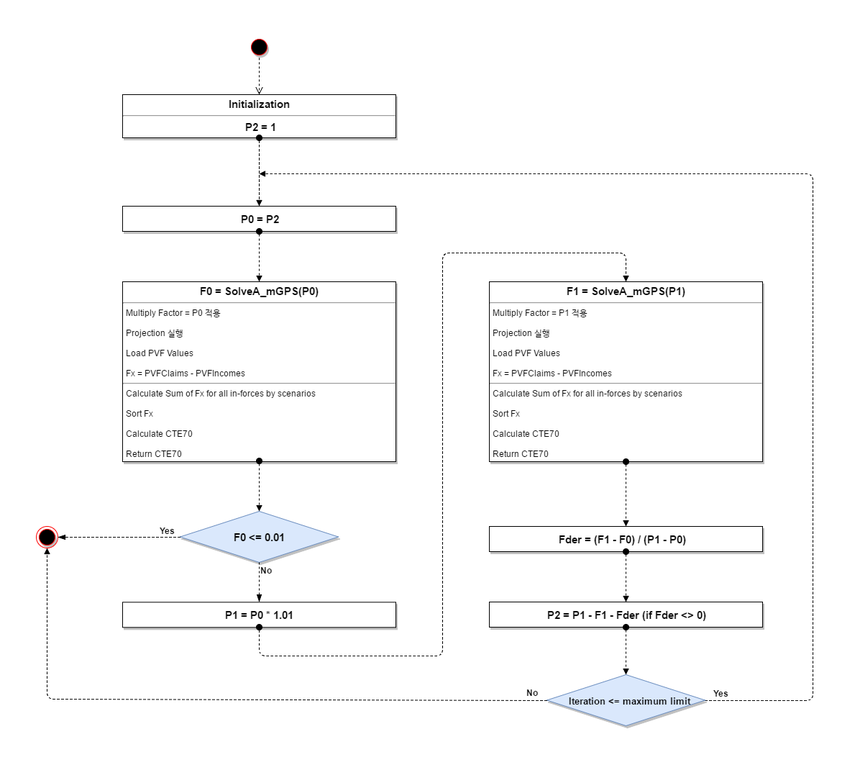
Before: SecantMethod.png, a diagram exported from draw.io (MillimanKorea/GoalSeek). Source tidied: cells renumbered, new cells last; positions are measured from the earlier drawing's top-left corner, leaving out a move shared by most shapes.
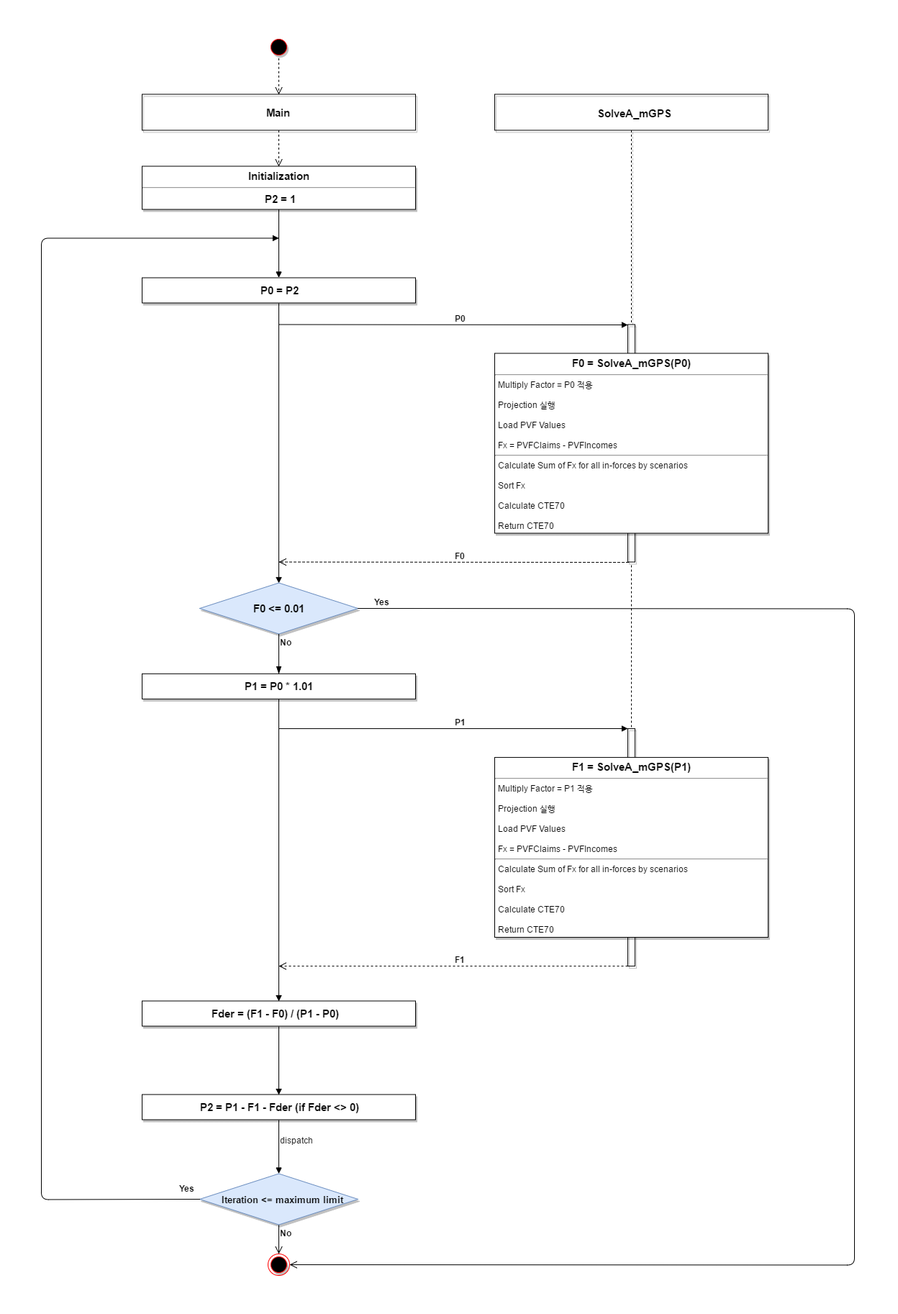
The same file after the commit.

Commit message:
flow chart 이미지 수정

Change to the diagram source:
```diff
@@ -11,95 +11,119 @@
     <mxCell id="4" value="&lt;p style=&quot;margin: 0px ; margin-top: 4px ; text-align: center&quot;&gt;&lt;strong&gt;&lt;font style=&quot;font-size: 15px&quot;&gt;Initialization&lt;/font&gt;&lt;/strong&gt;&lt;/p&gt;&lt;hr&gt;&lt;p style=&quot;text-align: center ; margin: 0px 0px 0px 4px&quot;&gt;&lt;b&gt;&lt;font style=&quot;font-size: 15px&quot;&gt;P2 = 1&lt;/font&gt;&lt;/b&gt;&lt;/p&gt;" style="shadow=1;fillColor=#FFFFFF;gradientColor=none;verticalAlign=top;align=left;overflow=fill;fontSize=12;fontFamily=Helvetica;html=1;" parent="1" vertex="1">
       <mxGeometry x="120" y="81" width="380" height="60" as="geometry" />
     </mxCell>
-    <mxCell id="5" style="html=1;verticalAlign=bottom;startArrow=oval;startFill=1;endArrow=block;startSize=8;shadow=0;dashed=1;strokeColor=#000000;fontSize=15;align=left;exitX=0.5;exitY=1;" parent="1" edge="1" source="4" target="3">
+    <mxCell id="5" style="html=1;verticalAlign=bottom;startArrow=none;startFill=0;endArrow=block;startSize=8;shadow=0;strokeColor=#000000;fontSize=15;align=left;exitX=0.5;exitY=1;" parent="1" edge="1" source="4" target="3">
       <mxGeometry relative="1" as="geometry">
         <Array as="points">
           <mxPoint x="310" y="151" />
         </Array>
       </mxGeometry>
     </mxCell>
-    <mxCell id="6" value="&lt;p style=&quot;margin: 0px ; margin-top: 4px ; text-align: center&quot;&gt;&lt;strong&gt;&lt;font style=&quot;font-size: 15px&quot;&gt;F0 = SolveA_mGPS(P0)&lt;/font&gt;&lt;/strong&gt;&lt;/p&gt;&lt;hr&gt;&lt;p style=&quot;margin: 0px ; margin-left: 4px&quot;&gt;Multiply Factor = P0 적용&lt;/p&gt;&lt;p style=&quot;margin: 0px ; margin-left: 4px&quot;&gt;&lt;br&gt;&lt;/p&gt;&lt;p style=&quot;margin: 0px ; margin-left: 4px&quot;&gt;Projection 실행&lt;/p&gt;&lt;p style=&quot;margin: 0px ; margin-left: 4px&quot;&gt;&lt;br&gt;&lt;/p&gt;&lt;p style=&quot;margin: 0px ; margin-left: 4px&quot;&gt;Load PVF Values&lt;/p&gt;&lt;p style=&quot;margin: 0px ; margin-left: 4px&quot;&gt;&lt;br&gt;&lt;/p&gt;&lt;p style=&quot;margin: 0px ; margin-left: 4px&quot;&gt;Fx = PVFClaims - PVFIncomes&lt;br&gt;&lt;/p&gt;&lt;hr&gt;&lt;p style=&quot;margin: 0px ; margin-left: 4px&quot;&gt;Calculate Sum of Fx for all in-forces by scenarios&lt;/p&gt;&lt;p style=&quot;margin: 0px ; margin-left: 4px&quot;&gt;&lt;br&gt;&lt;/p&gt;&lt;p style=&quot;margin: 0px ; margin-left: 4px&quot;&gt;Sort Fx&lt;/p&gt;&lt;p style=&quot;margin: 0px ; margin-left: 4px&quot;&gt;&lt;br&gt;&lt;/p&gt;&lt;p style=&quot;margin: 0px ; margin-left: 4px&quot;&gt;Calculate CTE70&lt;/p&gt;&lt;p style=&quot;margin: 0px ; margin-left: 4px&quot;&gt;&lt;br&gt;&lt;/p&gt;&lt;p style=&quot;margin: 0px ; margin-left: 4px&quot;&gt;Return CTE70&lt;/p&gt;" style="shadow=1;fillColor=#FFFFFF;gradientColor=none;verticalAlign=top;align=left;overflow=fill;fontSize=12;fontFamily=Helvetica;html=1;" parent="1" vertex="1">
-      <mxGeometry x="120" y="341" width="380" height="250" as="geometry" />
-    </mxCell>
-    <mxCell id="7" style="html=1;verticalAlign=bottom;startArrow=oval;startFill=1;endArrow=block;startSize=8;shadow=0;dashed=1;strokeColor=#000000;fontSize=15;align=left;exitX=0.5;exitY=1;entryX=0.5;entryY=0;" parent="1" edge="1" source="3" target="6">
+    <mxCell id="7" style="html=1;verticalAlign=bottom;startArrow=none;startFill=0;endArrow=block;startSize=8;shadow=0;strokeColor=#000000;fontSize=15;align=left;exitX=0.5;exitY=1;entryX=0.5;entryY=0;" parent="1" edge="1" source="3" target="17">
       <mxGeometry relative="1" as="geometry" />
     </mxCell>
-    <mxCell id="8" value="&lt;p style=&quot;margin: 0px ; margin-top: 4px ; text-align: center&quot;&gt;&lt;strong&gt;&lt;font style=&quot;font-size: 15px&quot;&gt;F1 = SolveA_mGPS(P1)&lt;/font&gt;&lt;/strong&gt;&lt;/p&gt;&lt;hr&gt;&lt;p style=&quot;margin: 0px ; margin-left: 4px&quot;&gt;Multiply Factor = P1 적용&lt;/p&gt;&lt;p style=&quot;margin: 0px ; margin-left: 4px&quot;&gt;&lt;br&gt;&lt;/p&gt;&lt;p style=&quot;margin: 0px ; margin-left: 4px&quot;&gt;Projection 실행&lt;/p&gt;&lt;p style=&quot;margin: 0px ; margin-left: 4px&quot;&gt;&lt;br&gt;&lt;/p&gt;&lt;p style=&quot;margin: 0px ; margin-left: 4px&quot;&gt;Load PVF Values&lt;/p&gt;&lt;p style=&quot;margin: 0px ; margin-left: 4px&quot;&gt;&lt;br&gt;&lt;/p&gt;&lt;p style=&quot;margin: 0px ; margin-left: 4px&quot;&gt;Fx = PVFClaims - PVFIncomes&lt;br&gt;&lt;/p&gt;&lt;hr&gt;&lt;p style=&quot;margin: 0px ; margin-left: 4px&quot;&gt;Calculate Sum of Fx for all in-forces by scenarios&lt;/p&gt;&lt;p style=&quot;margin: 0px ; margin-left: 4px&quot;&gt;&lt;br&gt;&lt;/p&gt;&lt;p style=&quot;margin: 0px ; margin-left: 4px&quot;&gt;Sort Fx&lt;/p&gt;&lt;p style=&quot;margin: 0px ; margin-left: 4px&quot;&gt;&lt;br&gt;&lt;/p&gt;&lt;p style=&quot;margin: 0px ; margin-left: 4px&quot;&gt;Calculate CTE70&lt;/p&gt;&lt;p style=&quot;margin: 0px ; margin-left: 4px&quot;&gt;&lt;br&gt;&lt;/p&gt;&lt;p style=&quot;margin: 0px ; margin-left: 4px&quot;&gt;Return CTE70&lt;/p&gt;" style="shadow=1;fillColor=#FFFFFF;gradientColor=none;verticalAlign=top;align=left;overflow=fill;fontSize=12;fontFamily=Helvetica;html=1;" parent="1" vertex="1">
-      <mxGeometry x="630" y="341" width="380" height="250" as="geometry" />
-    </mxCell>
-    <mxCell id="9" style="html=1;verticalAlign=bottom;startArrow=oval;startFill=1;endArrow=block;startSize=8;shadow=0;dashed=1;strokeColor=#000000;fontSize=15;align=left;" parent="1" edge="1" target="17">
-      <mxGeometry x="-1080" y="-10" as="geometry">
-        <mxPoint x="310" y="590" as="sourcePoint" />
-        <mxPoint x="40" y="-4" as="offset" />
-      </mxGeometry>
-    </mxCell>
-    <mxCell id="10" style="html=1;verticalAlign=bottom;startArrow=oval;startFill=1;endArrow=block;startSize=8;shadow=0;dashed=1;strokeColor=#000000;fontSize=15;align=left;entryX=0.5;entryY=0;edgeStyle=orthogonalEdgeStyle;" parent="1" edge="1" source="2" target="8">
-      <mxGeometry relative="1" as="geometry">
-        <Array as="points">
-          <mxPoint x="310" y="861" />
-          <mxPoint x="565" y="861" />
-          <mxPoint x="565" y="301" />
-          <mxPoint x="820" y="301" />
-        </Array>
-      </mxGeometry>
-    </mxCell>
-    <mxCell id="11" style="html=1;verticalAlign=bottom;startArrow=oval;startFill=1;endArrow=block;startSize=8;shadow=0;dashed=1;strokeColor=#000000;fontSize=15;align=left;" parent="1" edge="1" source="8" target="12">
-      <mxGeometry x="-61" y="499" as="geometry" />
-    </mxCell>
-    <mxCell id="12" value="&lt;b&gt;&lt;font style=&quot;font-size: 15px&quot;&gt;Fder = (F1 - F0) / (P1 - P0)&lt;/font&gt;&lt;/b&gt;&lt;br&gt;" style="html=1;glass=0;strokeWidth=1;fontSize=15;align=center;comic=0;shadow=1;" parent="1" vertex="1">
-      <mxGeometry x="630" y="681" width="380" height="35" as="geometry" />
-    </mxCell>
     <mxCell id="13" value="&lt;b&gt;&lt;font style=&quot;font-size: 15px&quot;&gt;P2 = P1 - F1 - Fder (if Fder &amp;lt;&amp;gt; 0)&lt;/font&gt;&lt;/b&gt;&lt;br&gt;" style="html=1;glass=0;strokeWidth=1;fontSize=15;align=center;comic=0;shadow=1;" parent="1" vertex="1">
-      <mxGeometry x="630" y="786" width="380" height="35" as="geometry" />
+      <mxGeometry x="120" y="1371" width="380" height="35" as="geometry" />
     </mxCell>
-    <mxCell id="14" value="&lt;b&gt;&lt;font style=&quot;font-size: 12px&quot;&gt;Yes&lt;/font&gt;&lt;/b&gt;" style="html=1;verticalAlign=bottom;endArrow=block;shadow=0;dashed=1;strokeColor=#000000;fontSize=15;align=left;edgeStyle=orthogonalEdgeStyle;startArrow=none;startFill=0;startSize=8;exitX=1;exitY=0.5;" parent="1" edge="1" source="20">
-      <mxGeometry x="-0.99" relative="1" as="geometry">
-        <mxPoint x="310" y="191" as="targetPoint" />
-        <Array as="points">
-          <mxPoint x="1080" y="923" />
-          <mxPoint x="1080" y="191" />
-        </Array>
-      </mxGeometry>
-    </mxCell>
-    <mxCell id="15" style="html=1;verticalAlign=bottom;startArrow=oval;startFill=1;endArrow=block;startSize=8;shadow=0;dashed=1;strokeColor=#000000;fontSize=15;align=left;entryX=0.5;entryY=0;" parent="1" edge="1" source="12" target="13">
-      <mxGeometry x="-60" y="625" as="geometry" />
-    </mxCell>
     <mxCell id="16" style="ellipse;html=1;shape=endState;fillColor=#000000;strokeColor=#ff0000;shadow=1;glass=0;comic=0;fontSize=15;align=center;" parent="1" vertex="1">
-      <mxGeometry y="681" width="30" height="30" as="geometry" />
+      <mxGeometry x="295" y="1592.7" width="30" height="30" as="geometry" />
     </mxCell>
     <mxCell id="17" value="&lt;b&gt;F0 &amp;lt;= 0.01&lt;/b&gt;" style="rhombus;whiteSpace=wrap;html=1;fillColor=#dae8fc;strokeColor=#6c8ebf;shadow=1;glass=0;comic=0;fontSize=15;align=center;" parent="1" vertex="1">
       <mxGeometry x="200" y="660" width="220" height="71" as="geometry" />
     </mxCell>
-    <mxCell id="18" value="&lt;b&gt;No&lt;/b&gt;" style="edgeStyle=orthogonalEdgeStyle;html=1;align=left;verticalAlign=bottom;endArrow=blockThin;endSize=8;strokeColor=#000000;shadow=0;dashed=1;fontSize=12;entryX=0.5;entryY=0;endFill=1;" parent="1" edge="1" source="17" target="2">
+    <mxCell id="18" value="&lt;b&gt;No&lt;/b&gt;" style="edgeStyle=orthogonalEdgeStyle;html=1;align=left;verticalAlign=bottom;endArrow=blockThin;endSize=8;strokeColor=#000000;shadow=0;fontSize=12;entryX=0.5;entryY=0;endFill=1;" parent="1" edge="1" source="17" target="2">
       <mxGeometry x="-0.27" relative="1" as="geometry" />
     </mxCell>
-    <mxCell id="19" value="&lt;font style=&quot;font-size: 12px&quot;&gt;&lt;b&gt;Yes&lt;/b&gt;&lt;/font&gt;" style="edgeStyle=orthogonalEdgeStyle;html=1;align=left;verticalAlign=bottom;endArrow=blockThin;endSize=8;strokeColor=#000000;shadow=0;dashed=1;fontSize=10;exitX=0;exitY=0.5;endFill=1;" parent="1" edge="1" source="17" target="16">
-      <mxGeometry as="geometry">
-        <Array as="points">
-          <mxPoint x="110" y="696" />
-          <mxPoint x="110" y="696" />
-        </Array>
-        <mxPoint x="55" as="offset" />
-      </mxGeometry>
-    </mxCell>
     <mxCell id="20" value="&lt;font style=&quot;font-size: 13px&quot;&gt;&lt;b&gt;Iteration &amp;lt;= maximum limit&lt;/b&gt;&lt;/font&gt;" style="rhombus;whiteSpace=wrap;html=1;fillColor=#dae8fc;strokeColor=#6c8ebf;shadow=1;glass=0;comic=0;fontSize=15;align=center;" parent="1" vertex="1">
-      <mxGeometry x="710" y="887" width="220" height="71" as="geometry" />
+      <mxGeometry x="200" y="1481" width="220" height="71" as="geometry" />
     </mxCell>
-    <mxCell id="21" style="html=1;verticalAlign=bottom;startArrow=oval;startFill=1;endArrow=block;startSize=8;shadow=0;dashed=1;strokeColor=#000000;fontSize=15;align=left;entryX=0.5;entryY=0;exitX=0.5;exitY=1;" parent="1" edge="1" source="13" target="20">
-      <mxGeometry x="-50" y="635" as="geometry" />
-    </mxCell>
-    <mxCell id="22" value="&lt;b&gt;No&lt;/b&gt;" style="html=1;verticalAlign=bottom;endArrow=block;shadow=0;dashed=1;strokeColor=#000000;fontSize=12;align=left;exitX=0;exitY=0.5;entryX=0.5;entryY=1;" parent="1" edge="1" source="20" target="16">
-      <mxGeometry x="-0.93" y="-2" relative="1" as="geometry">
-        <Array as="points">
-          <mxPoint x="15" y="921" />
-        </Array>
-      </mxGeometry>
-    </mxCell>
     <mxCell id="23" style="ellipse;html=1;shape=startState;fillColor=#000000;strokeColor=#ff0000;shadow=1;glass=0;comic=0;fontSize=12;align=center;" parent="1" vertex="1">
-      <mxGeometry x="295" y="-0.1" width="30" height="30" as="geometry" />
+      <mxGeometry x="295" y="-99.1" width="30" height="30" as="geometry" />
     </mxCell>
-    <mxCell id="24" style="edgeStyle=orthogonalEdgeStyle;html=1;verticalAlign=bottom;endArrow=open;endSize=8;strokeColor=#000000;shadow=0;dashed=1;fontSize=12;align=left;entryX=0.5;entryY=0;" parent="1" edge="1" source="23" target="4">
+    <mxCell id="24" style="edgeStyle=orthogonalEdgeStyle;html=1;verticalAlign=bottom;endArrow=open;endSize=8;strokeColor=#000000;shadow=0;dashed=1;fontSize=12;align=left;entryX=0.5;entryY=0;" parent="1" edge="1" source="34" target="4">
       <mxGeometry relative="1" as="geometry" />
     </mxCell>
+    <mxCell id="25" style="html=1;points=[];perimeter=orthogonalPerimeter;shadow=1;glass=0;comic=0;strokeWidth=1;fillColor=none;gradientColor=none;fontSize=12;align=center;" parent="1" vertex="1">
+      <mxGeometry x="795" y="301" width="10" height="330" as="geometry" />
+    </mxCell>
+    <mxCell id="26" value="&lt;b&gt;P0&lt;/b&gt;" style="html=1;verticalAlign=bottom;endArrow=block;entryX=0;entryY=0;shadow=0;strokeColor=#000000;fontSize=12;align=left;" parent="1" edge="1" target="25">
+      <mxGeometry relative="1" as="geometry">
+        <mxPoint x="310" y="301" as="sourcePoint" />
+      </mxGeometry>
+    </mxCell>
+    <mxCell id="27" value="&lt;b&gt;F0&lt;/b&gt;" style="html=1;verticalAlign=bottom;endArrow=open;dashed=1;endSize=8;shadow=0;strokeColor=#000000;fontSize=12;align=left;exitX=0.056;exitY=1;exitPerimeter=0;" parent="1" edge="1" source="25">
+      <mxGeometry relative="1" as="geometry">
+        <mxPoint x="310" y="631" as="targetPoint" />
+      </mxGeometry>
+    </mxCell>
+    <mxCell id="6" value="&lt;p style=&quot;margin: 0px ; margin-top: 4px ; text-align: center&quot;&gt;&lt;strong&gt;&lt;font style=&quot;font-size: 15px&quot;&gt;F0 = SolveA_mGPS(P0)&lt;/font&gt;&lt;/strong&gt;&lt;/p&gt;&lt;hr&gt;&lt;p style=&quot;margin: 0px ; margin-left: 4px&quot;&gt;Multiply Factor = P0 적용&lt;/p&gt;&lt;p style=&quot;margin: 0px ; margin-left: 4px&quot;&gt;&lt;br&gt;&lt;/p&gt;&lt;p style=&quot;margin: 0px ; margin-left: 4px&quot;&gt;Projection 실행&lt;/p&gt;&lt;p style=&quot;margin: 0px ; margin-left: 4px&quot;&gt;&lt;br&gt;&lt;/p&gt;&lt;p style=&quot;margin: 0px ; margin-left: 4px&quot;&gt;Load PVF Values&lt;/p&gt;&lt;p style=&quot;margin: 0px ; margin-left: 4px&quot;&gt;&lt;br&gt;&lt;/p&gt;&lt;p style=&quot;margin: 0px ; margin-left: 4px&quot;&gt;Fx = PVFClaims - PVFIncomes&lt;br&gt;&lt;/p&gt;&lt;hr&gt;&lt;p style=&quot;margin: 0px ; margin-left: 4px&quot;&gt;Calculate Sum of Fx for all in-forces by scenarios&lt;/p&gt;&lt;p style=&quot;margin: 0px ; margin-left: 4px&quot;&gt;&lt;br&gt;&lt;/p&gt;&lt;p style=&quot;margin: 0px ; margin-left: 4px&quot;&gt;Sort Fx&lt;/p&gt;&lt;p style=&quot;margin: 0px ; margin-left: 4px&quot;&gt;&lt;br&gt;&lt;/p&gt;&lt;p style=&quot;margin: 0px ; margin-left: 4px&quot;&gt;Calculate CTE70&lt;/p&gt;&lt;p style=&quot;margin: 0px ; margin-left: 4px&quot;&gt;&lt;br&gt;&lt;/p&gt;&lt;p style=&quot;margin: 0px ; margin-left: 4px&quot;&gt;Return CTE70&lt;/p&gt;" style="shadow=1;fillColor=#FFFFFF;gradientColor=none;verticalAlign=top;align=left;overflow=fill;fontSize=12;fontFamily=Helvetica;html=1;" parent="1" vertex="1">
+      <mxGeometry x="610" y="341" width="380" height="250" as="geometry" />
+    </mxCell>
+    <mxCell id="28" value="&lt;b&gt;&lt;font style=&quot;font-size: 15px&quot;&gt;SolveA_mGPS&lt;/font&gt;&lt;/b&gt;" style="shape=umlLifeline;perimeter=lifelinePerimeter;whiteSpace=wrap;html=1;shadow=1;glass=0;comic=0;strokeWidth=1;fillColor=none;gradientColor=none;fontSize=12;align=center;size=50;" parent="1" vertex="1">
+      <mxGeometry x="610" y="-19" width="380" height="320" as="geometry" />
+    </mxCell>
+    <mxCell id="29" value="return" style="html=1;verticalAlign=bottom;endArrow=open;dashed=1;endSize=8;exitX=0;exitY=0.95;shadow=0;strokeColor=#000000;fontSize=12;align=left;" parent="1" edge="1">
+      <mxGeometry relative="1" as="geometry">
+        <mxPoint x="715" y="989" as="sourcePoint" />
+        <mxPoint x="690" y="917" as="targetPoint" />
+      </mxGeometry>
+    </mxCell>
+    <mxCell id="30" style="html=1;points=[];perimeter=orthogonalPerimeter;shadow=1;glass=0;comic=0;strokeWidth=1;fillColor=none;gradientColor=none;fontSize=12;align=center;" parent="1" vertex="1">
+      <mxGeometry x="795" y="862.6" width="10" height="330" as="geometry" />
+    </mxCell>
+    <mxCell id="31" value="&lt;b&gt;P1&lt;/b&gt;" style="html=1;verticalAlign=bottom;endArrow=block;entryX=0;entryY=0;shadow=0;strokeColor=#000000;fontSize=12;align=left;" parent="1" edge="1" target="30">
+      <mxGeometry x="-570" y="771.6" as="geometry">
+        <mxPoint x="310" y="862.6" as="sourcePoint" />
+      </mxGeometry>
+    </mxCell>
+    <mxCell id="32" value="&lt;b&gt;F1&lt;/b&gt;" style="html=1;verticalAlign=bottom;endArrow=open;dashed=1;endSize=8;shadow=0;strokeColor=#000000;fontSize=12;align=left;" parent="1" edge="1" source="30">
+      <mxGeometry x="-570" y="1101.6" as="geometry">
+        <mxPoint x="310" y="1192.6" as="targetPoint" />
+      </mxGeometry>
+    </mxCell>
+    <mxCell id="8" value="&lt;p style=&quot;margin: 0px ; margin-top: 4px ; text-align: center&quot;&gt;&lt;strong&gt;&lt;font style=&quot;font-size: 15px&quot;&gt;F1 = SolveA_mGPS(P1)&lt;/font&gt;&lt;/strong&gt;&lt;/p&gt;&lt;hr&gt;&lt;p style=&quot;margin: 0px ; margin-left: 4px&quot;&gt;Multiply Factor = P1 적용&lt;/p&gt;&lt;p style=&quot;margin: 0px ; margin-left: 4px&quot;&gt;&lt;br&gt;&lt;/p&gt;&lt;p style=&quot;margin: 0px ; margin-left: 4px&quot;&gt;Projection 실행&lt;/p&gt;&lt;p style=&quot;margin: 0px ; margin-left: 4px&quot;&gt;&lt;br&gt;&lt;/p&gt;&lt;p style=&quot;margin: 0px ; margin-left: 4px&quot;&gt;Load PVF Values&lt;/p&gt;&lt;p style=&quot;margin: 0px ; margin-left: 4px&quot;&gt;&lt;br&gt;&lt;/p&gt;&lt;p style=&quot;margin: 0px ; margin-left: 4px&quot;&gt;Fx = PVFClaims - PVFIncomes&lt;br&gt;&lt;/p&gt;&lt;hr&gt;&lt;p style=&quot;margin: 0px ; margin-left: 4px&quot;&gt;Calculate Sum of Fx for all in-forces by scenarios&lt;/p&gt;&lt;p style=&quot;margin: 0px ; margin-left: 4px&quot;&gt;&lt;br&gt;&lt;/p&gt;&lt;p style=&quot;margin: 0px ; margin-left: 4px&quot;&gt;Sort Fx&lt;/p&gt;&lt;p style=&quot;margin: 0px ; margin-left: 4px&quot;&gt;&lt;br&gt;&lt;/p&gt;&lt;p style=&quot;margin: 0px ; margin-left: 4px&quot;&gt;Calculate CTE70&lt;/p&gt;&lt;p style=&quot;margin: 0px ; margin-left: 4px&quot;&gt;&lt;br&gt;&lt;/p&gt;&lt;p style=&quot;margin: 0px ; margin-left: 4px&quot;&gt;Return CTE70&lt;/p&gt;" style="shadow=1;fillColor=#FFFFFF;gradientColor=none;verticalAlign=top;align=left;overflow=fill;fontSize=12;fontFamily=Helvetica;html=1;" parent="1" vertex="1">
+      <mxGeometry x="610" y="902.6" width="380" height="250" as="geometry" />
+    </mxCell>
+    <mxCell id="12" value="&lt;b&gt;&lt;font style=&quot;font-size: 15px&quot;&gt;Fder = (F1 - F0) / (P1 - P0)&lt;/font&gt;&lt;/b&gt;&lt;br&gt;" style="html=1;glass=0;strokeWidth=1;fontSize=15;align=center;comic=0;shadow=1;" parent="1" vertex="1">
+      <mxGeometry x="120" y="1241" width="380" height="35" as="geometry" />
+    </mxCell>
+    <mxCell id="15" style="html=1;verticalAlign=bottom;endArrow=block;shadow=0;strokeColor=#000000;fontSize=12;align=left;exitX=0.5;exitY=1;entryX=0.5;entryY=0;" parent="1" edge="1" source="12" target="13">
+      <mxGeometry relative="1" as="geometry" />
+    </mxCell>
+    <mxCell id="33" value="&lt;b&gt;Yes&lt;/b&gt;" style="html=1;verticalAlign=bottom;endArrow=block;shadow=0;strokeColor=#000000;fontSize=12;align=left;exitX=0;exitY=0.5;" parent="1" edge="1" source="20">
+      <mxGeometry x="-0.97" y="-6" relative="1" as="geometry">
+        <mxPoint x="310" y="181" as="targetPoint" />
+        <Array as="points">
+          <mxPoint x="-20" y="1517" />
+          <mxPoint x="-20" y="181" />
+        </Array>
+      </mxGeometry>
+    </mxCell>
+    <mxCell id="21" value="dispatch" style="html=1;verticalAlign=bottom;endArrow=block;shadow=0;strokeColor=#000000;fontSize=12;align=left;exitX=0.5;exitY=1;" parent="1" edge="1" source="13" target="20">
+      <mxGeometry relative="1" as="geometry" />
+    </mxCell>
+    <mxCell id="34" value="&lt;b&gt;&lt;font style=&quot;font-size: 15px&quot;&gt;Main&lt;/font&gt;&lt;/b&gt;" style="html=1;shadow=1;glass=0;comic=0;strokeWidth=1;fillColor=none;gradientColor=none;fontSize=12;align=center;" parent="1" vertex="1">
+      <mxGeometry x="120" y="-19" width="380" height="50" as="geometry" />
+    </mxCell>
+    <mxCell id="35" style="edgeStyle=orthogonalEdgeStyle;html=1;verticalAlign=bottom;endArrow=open;endSize=8;strokeColor=#000000;shadow=0;dashed=1;fontSize=12;align=left;entryX=0.5;entryY=0;" parent="1" edge="1" source="23" target="34">
+      <mxGeometry relative="1" as="geometry" />
+    </mxCell>
+    <mxCell id="36" style="html=1;verticalAlign=bottom;endArrow=none;dashed=1;endSize=8;shadow=0;strokeColor=#000000;fontSize=12;align=left;endFill=0;exitX=0.522;exitY=1.015;exitPerimeter=0;" parent="1" edge="1" source="25" target="30">
+      <mxGeometry relative="1" as="geometry" />
+    </mxCell>
+    <mxCell id="19" value="&lt;b&gt;Yes&lt;/b&gt;" style="html=1;verticalAlign=bottom;endArrow=open;endSize=8;shadow=0;strokeColor=#000000;fontSize=12;align=left;exitX=1;exitY=0.5;entryX=1;entryY=0.5;comic=0;" parent="1" edge="1" source="17" target="16">
+      <mxGeometry x="-0.98" relative="1" as="geometry">
+        <Array as="points">
+          <mxPoint x="1110" y="696" />
+          <mxPoint x="1110" y="1161" />
+          <mxPoint x="1110" y="1608" />
+        </Array>
+      </mxGeometry>
+    </mxCell>
+    <mxCell id="22" value="&lt;b&gt;No&lt;/b&gt;" style="html=1;verticalAlign=bottom;endArrow=open;endSize=8;shadow=0;strokeColor=#000000;fontSize=12;align=left;exitX=0.5;exitY=1;entryX=0.5;entryY=0;" parent="1" edge="1" source="20" target="16">
+      <mxGeometry relative="1" as="geometry" />
+    </mxCell>
+    <mxCell id="37" style="html=1;verticalAlign=bottom;startArrow=none;startFill=0;endArrow=block;startSize=8;shadow=0;strokeColor=#000000;fontSize=12;align=left;exitX=0.5;exitY=1;entryX=0.5;entryY=0;" parent="1" edge="1" source="2" target="12">
+      <mxGeometry relative="1" as="geometry" />
+    </mxCell>
   </root>
 </mxGraphModel>
```
